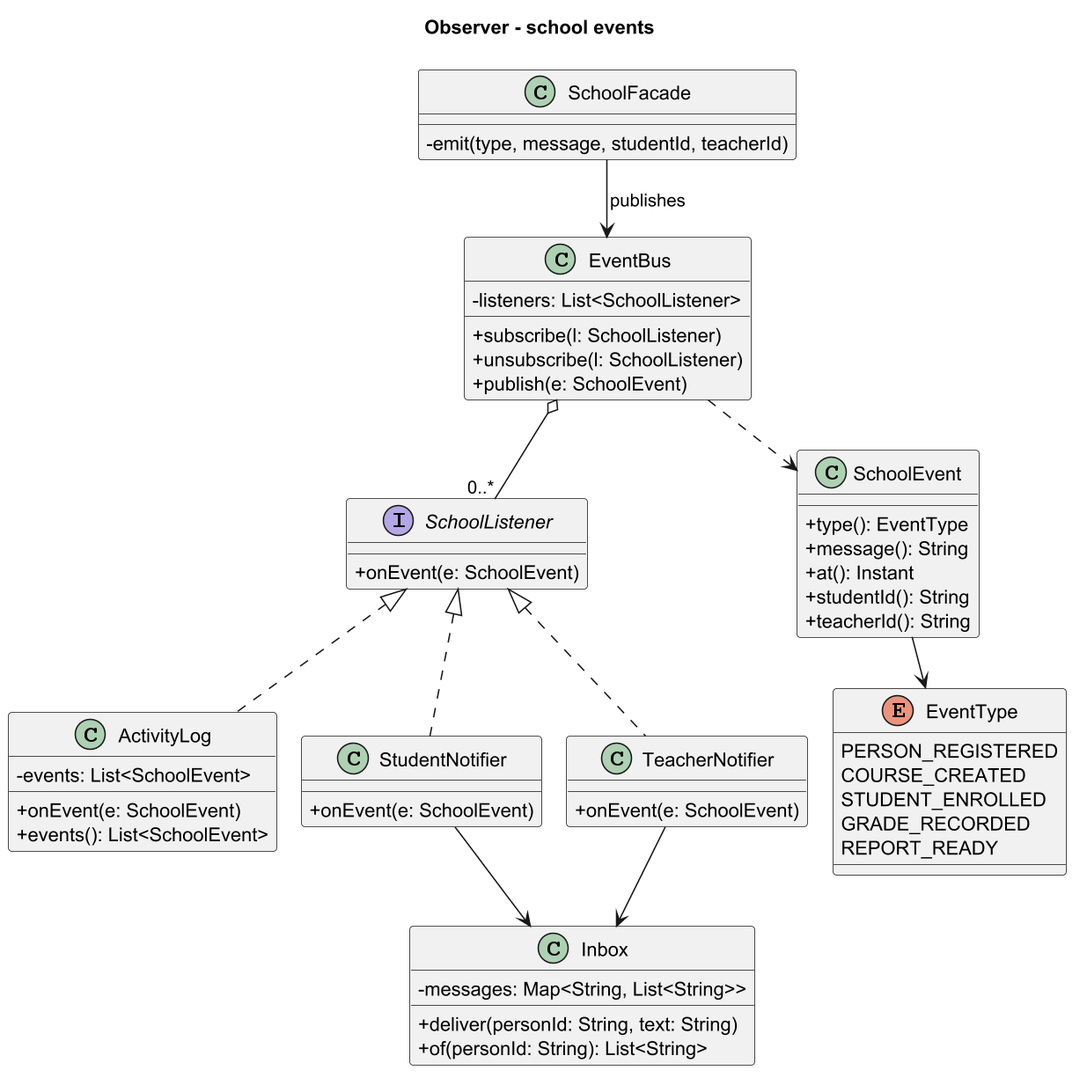
Earlier version of the PlantUML export docs/images/observer.png (Asylstyle/school-management-system).
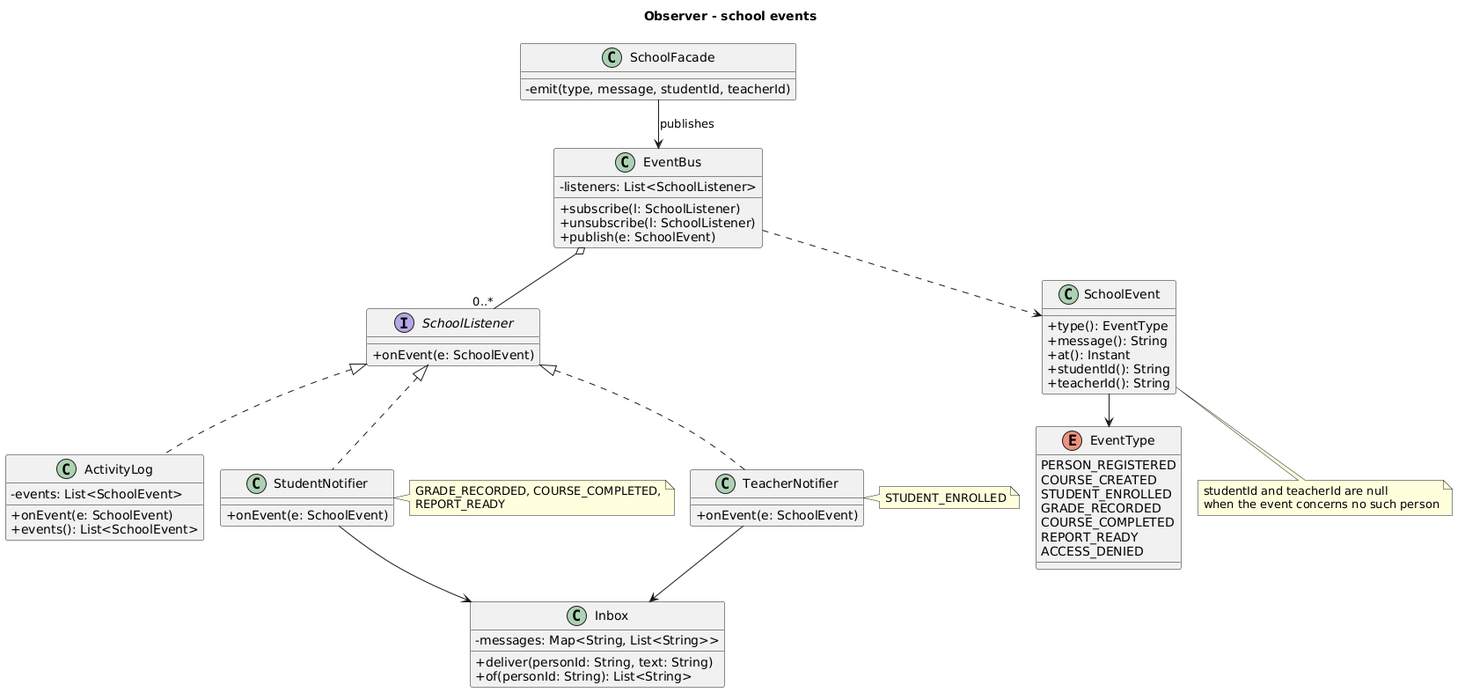
The same diagram one commit later.

Change to the diagram source:
```diff
@@ -1,5 +1,4 @@
-@startuml observer
-skinparamlocked dpi 150
+@startuml
 !pragma layout smetana
 title Observer - school events
 skinparam classAttributeIconSize 0
@@ -42,7 +41,9 @@
   COURSE_CREATED
   STUDENT_ENROLLED
   GRADE_RECORDED
+  COURSE_COMPLETED
   REPORT_READY
+  ACCESS_DENIED
 }
 class SchoolFacade {
   -emit(type, message, studentId, teacherId)
@@ -57,4 +58,15 @@
 EventBus ..> SchoolEvent
 SchoolEvent --> EventType
 SchoolFacade --> EventBus : publishes
+note bottom of SchoolEvent
+  studentId and teacherId are null
+  when the event concerns no such person
+end note
+note right of StudentNotifier
+  GRADE_RECORDED, COURSE_COMPLETED,
+  REPORT_READY
+end note
+note right of TeacherNotifier
+  STUDENT_ENROLLED
+end note
 @enduml
```
